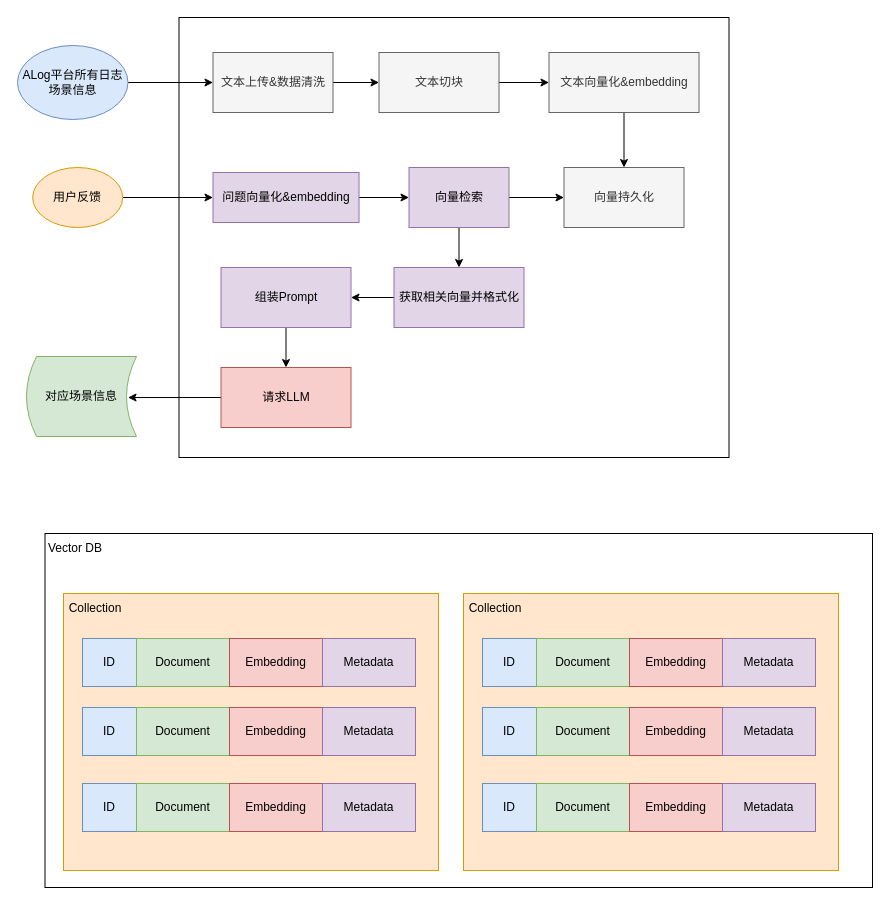
Earlier version of the draw.io diagram diagrams/问题分析助手.drawio (neoalvin/draw.io). Source tidied: cells renumbered, new cells numbered last; positions are measured from the earlier drawing's top-left corner, leaving out a move shared by most shapes. Both pictures are drawn from the tidied source at 100%, with x=0, y=0 at pixel (17, 17).
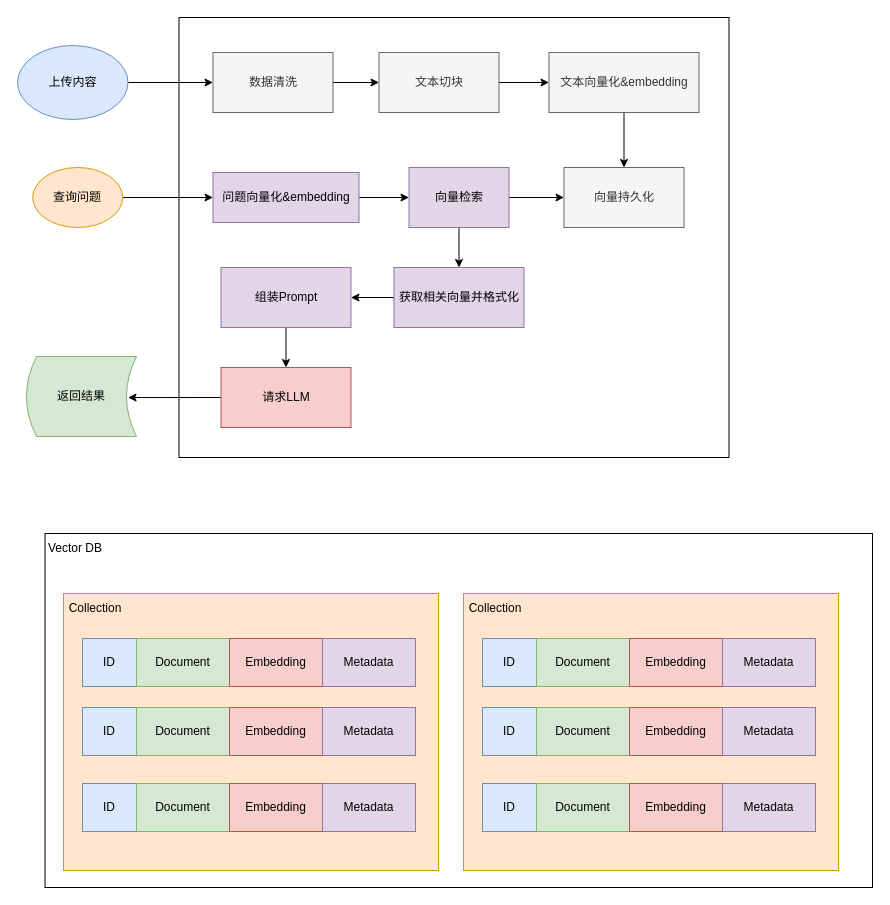
Above is the later version.

Commit message:
更新问题分析助手.drawio

Change to the diagram source:
```diff
@@
-    <mxCell id="5" value="用户反馈" style="ellipse;whiteSpace=wrap;html=1;fillColor=#ffe6cc;strokeColor=#d79b00;" parent="1" vertex="1">
+    <mxCell id="5" value="查询问题" style="ellipse;whiteSpace=wrap;html=1;fillColor=#ffe6cc;strokeColor=#d79b00;" parent="1" vertex="1">
       <mxGeometry x="15.2" y="150" width="90" height="60" as="geometry" />
     </mxCell>
@@
-    <mxCell id="7" value="ALog平台所有日志场景信息" style="ellipse;whiteSpace=wrap;html=1;fillColor=#dae8fc;strokeColor=#6c8ebf;" parent="1" vertex="1">
+    <mxCell id="7" value="上传内容" style="ellipse;whiteSpace=wrap;html=1;fillColor=#dae8fc;strokeColor=#6c8ebf;" parent="1" vertex="1">
       <mxGeometry y="28" width="110.5" height="74" as="geometry" />
     </mxCell>
@@
-    <mxCell id="9" value="文本上传&amp;amp;数据清洗" style="rounded=0;whiteSpace=wrap;html=1;fillColor=#f5f5f5;fontColor=#333333;strokeColor=#666666;" parent="1" vertex="1">
+    <mxCell id="9" value="数据清洗" style="rounded=0;whiteSpace=wrap;html=1;fillColor=#f5f5f5;fontColor=#333333;strokeColor=#666666;" parent="1" vertex="1">
       <mxGeometry x="195.5" y="35" width="120" height="60" as="geometry" />
     </mxCell>
@@
-    <mxCell id="26" value="对应场景信息" style="shape=dataStorage;whiteSpace=wrap;html=1;fixedSize=1;size=10;fillColor=#d5e8d4;strokeColor=#82b366;" parent="1" vertex="1">
+    <mxCell id="26" value="返回结果" style="shape=dataStorage;whiteSpace=wrap;html=1;fixedSize=1;size=10;fillColor=#d5e8d4;strokeColor=#82b366;" parent="1" vertex="1">
       <mxGeometry x="9" y="339" width="110" height="80" as="geometry" />
     </mxCell>
```
